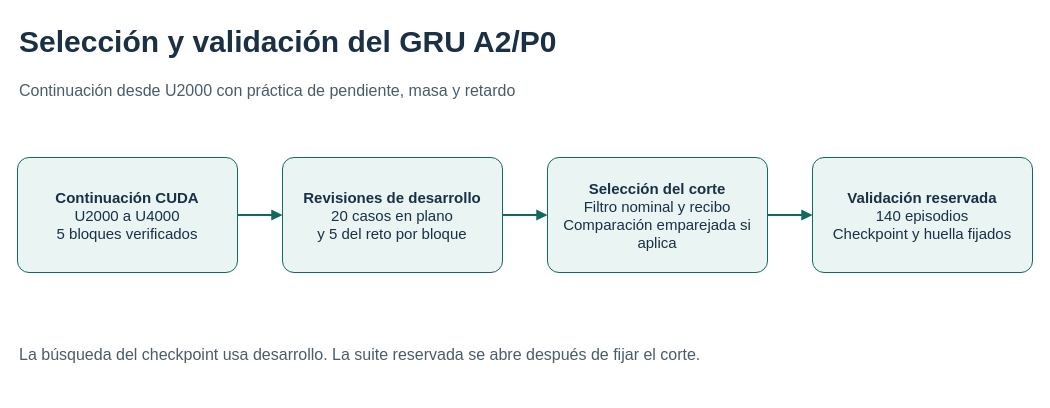
The draw.io diagram page "Selección y validación A2" (3 of 3) of docs/academico/Flujo-Experimental.drawio in daca2022/go2-rl-deploy, before the edit. Source tidied: cells renumbered, new cells numbered last; positions are measured from the earlier drawing's top-left corner, leaving out a move shared by most shapes. Both pictures are drawn from the tidied source at 100%, with x=0, y=0 at pixel (17, 17).
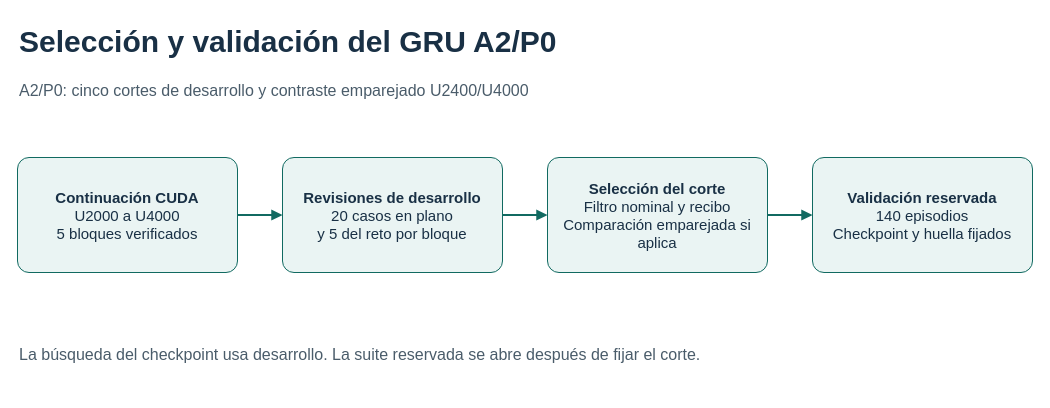
The same page after the edit.

Change to the diagram source:
```diff
@@
 <mxGraphModel background="#FFFFFF">
   <root>
     <mxCell id="0" />
     <mxCell id="1" parent="0" />
     <mxCell id="2" value="Selección y validación del GRU A2/P0" style="text;html=1;strokeColor=none;fillColor=none;align=left;whiteSpace=wrap;fontFamily=Arial;fontSize=30;fontStyle=1;fontColor=#193045;" parent="1" vertex="1">
       <mxGeometry width="960" height="50" as="geometry" />
     </mxCell>
-    <mxCell id="3" value="Continuación desde U2000 con práctica de pendiente, masa y retardo" style="text;html=1;strokeColor=none;fillColor=none;align=left;whiteSpace=wrap;fontFamily=Arial;fontSize=16;fontColor=#4A5C6A;" parent="1" vertex="1">
+    <mxCell id="3" value="A2/P0: cinco cortes de desarrollo y contraste emparejado U2400/U4000" style="text;html=1;strokeColor=none;fillColor=none;align=left;whiteSpace=wrap;fontFamily=Arial;fontSize=16;fontColor=#4A5C6A;" parent="1" vertex="1">
       <mxGeometry y="57" width="960" height="32" as="geometry" />
     </mxCell>
     <mxCell id="4" value="&lt;b&gt;Continuación CUDA&lt;/b&gt;&lt;br&gt;U2000 a U4000&lt;br&gt;5 bloques verificados" style="rounded=1;arcSize=10;html=1;whiteSpace=wrap;fillColor=#EAF4F3;strokeColor=#116A61;fontColor=#193045;fontFamily=Arial;fontSize=15;spacing=8;" parent="1" vertex="1">
       <mxGeometry y="140" width="220" height="115" as="geometry" />
     </mxCell>
     <mxCell id="5" value="&lt;b&gt;Revisiones de desarrollo&lt;/b&gt;&lt;br&gt;20 casos en plano&lt;br&gt;y 5 del reto por bloque" style="rounded=1;arcSize=10;html=1;whiteSpace=wrap;fillColor=#EAF4F3;strokeColor=#116A61;fontColor=#193045;fontFamily=Arial;fontSize=15;spacing=8;" parent="1" vertex="1">
       <mxGeometry x="265" y="140" width="220" height="115" as="geometry" />
     </mxCell>
     <mxCell id="6" value="&lt;b&gt;Selección del corte&lt;/b&gt;&lt;br&gt;Filtro nominal y recibo&lt;br&gt;Comparación emparejada si aplica" style="rounded=1;arcSize=10;html=1;whiteSpace=wrap;fillColor=#EAF4F3;strokeColor=#116A61;fontColor=#193045;fontFamily=Arial;fontSize=15;spacing=8;" parent="1" vertex="1">
       <mxGeometry x="530" y="140" width="220" height="115" as="geometry" />
     </mxCell>
     <mxCell id="7" value="&lt;b&gt;Validación reservada&lt;/b&gt;&lt;br&gt;140 episodios&lt;br&gt;Checkpoint y huella fijados" style="rounded=1;arcSize=10;html=1;whiteSpace=wrap;fillColor=#EAF4F3;strokeColor=#116A61;fontColor=#193045;fontFamily=Arial;fontSize=15;spacing=8;" parent="1" vertex="1">
       <mxGeometry x="795" y="140" width="220" height="115" as="geometry" />
     </mxCell>
     <mxCell id="8" style="edgeStyle=orthogonalEdgeStyle;endArrow=block;endFill=1;strokeColor=#116A61;strokeWidth=2;exitX=1;exitY=0.5;entryX=0;entryY=0.5;" parent="1" edge="1" source="4" target="5">
       <mxGeometry relative="1" as="geometry" />
     </mxCell>
     <mxCell id="9" style="edgeStyle=orthogonalEdgeStyle;endArrow=block;endFill=1;strokeColor=#116A61;strokeWidth=2;exitX=1;exitY=0.5;entryX=0;entryY=0.5;" parent="1" edge="1" source="5" target="6">
       <mxGeometry relative="1" as="geometry" />
     </mxCell>
     <mxCell id="10" style="edgeStyle=orthogonalEdgeStyle;endArrow=block;endFill=1;strokeColor=#116A61;strokeWidth=2;exitX=1;exitY=0.5;entryX=0;entryY=0.5;" parent="1" edge="1" source="6" target="7">
       <mxGeometry relative="1" as="geometry" />
     </mxCell>
     <mxCell id="11" value="La búsqueda del checkpoint usa desarrollo. La suite reservada se abre después de fijar el corte." style="text;html=1;strokeColor=none;fillColor=none;align=left;whiteSpace=wrap;fontFamily=Arial;fontSize=16;fontColor=#4A5C6A;" parent="1" vertex="1">
       <mxGeometry y="321" width="1010" height="53" as="geometry" />
     </mxCell>
   </root>
 </mxGraphModel>
```
